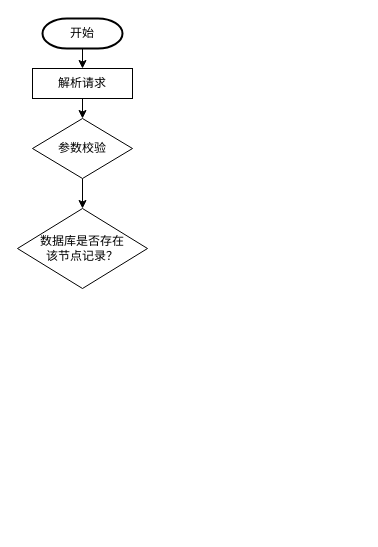
lttUSTC/draw keeps this draw.io diagram as fastid-mgm-init.drawio. Above is the earlier version. Source tidied: cells renumbered, new cells numbered last; positions are measured from the earlier drawing's top-left corner, leaving out a move shared by most shapes. Both pictures are drawn from the tidied source at 100%, with x=0, y=0 at pixel (17, 18).
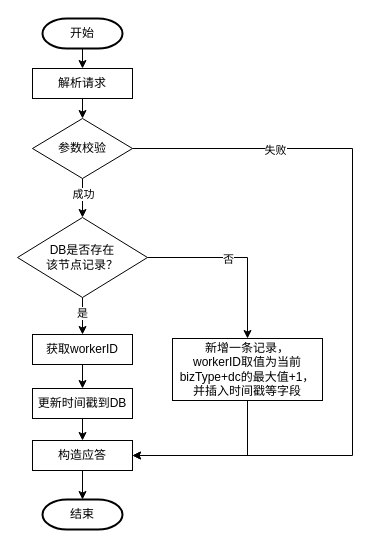
The same page after the edit.

The change refers to these unchanged cells:
```xml
<mxCell id="6" style="edgeStyle=orthogonalEdgeStyle;rounded=0;jettySize=auto;html=1;exitX=0.5;exitY=1;exitDx=0;exitDy=0;entryX=0.5;entryY=0;entryDx=0;entryDy=0;" parent="1" edge="1" source="7" target="8">
  <mxGeometry relative="1" as="geometry" />
</mxCell>
<mxCell id="7" value="参数校验" style="rhombus;whiteSpace=wrap;html=1;" parent="1" vertex="1">
  <mxGeometry x="15" y="100" width="100" height="60" as="geometry" />
</mxCell>
```

Diff of the diagram source:
```diff
@@
+    <mxCell id="9" value="成功" style="edgeLabel;html=1;align=center;verticalAlign=middle;" parent="6" vertex="1">
+      <mxGeometry x="-0.6" y="-2" relative="1" as="geometry">
+        <mxPoint x="2" y="7" as="offset" />
+      </mxGeometry>
+    </mxCell>
+    <mxCell id="10" style="edgeStyle=orthogonalEdgeStyle;rounded=0;jettySize=auto;html=1;exitX=1;exitY=0.5;exitDx=0;exitDy=0;entryX=1;entryY=0.5;entryDx=0;entryDy=0;" parent="1" edge="1" source="7" target="24">
+      <mxGeometry relative="1" as="geometry">
+        <Array as="points">
+          <mxPoint x="335" y="130" />
+          <mxPoint x="335" y="437" />
+        </Array>
+      </mxGeometry>
+    </mxCell>
+    <mxCell id="11" value="失败" style="edgeLabel;html=1;align=center;verticalAlign=middle;" parent="10" vertex="1">
+      <mxGeometry x="-0.62" y="-1" relative="1" as="geometry" />
+    </mxCell>
@@
+    <mxCell id="12" style="edgeStyle=orthogonalEdgeStyle;rounded=0;jettySize=auto;html=1;exitX=0.5;exitY=1;exitDx=0;exitDy=0;entryX=0.5;entryY=0;entryDx=0;entryDy=0;" parent="1" edge="1" source="8" target="17">
+      <mxGeometry relative="1" as="geometry" />
+    </mxCell>
+    <mxCell id="13" value="是" style="edgeLabel;html=1;align=center;verticalAlign=middle;" parent="12" vertex="1">
+      <mxGeometry x="-0.03" y="2" relative="1" as="geometry">
+        <mxPoint x="-3" y="-3" as="offset" />
+      </mxGeometry>
+    </mxCell>
+    <mxCell id="14" style="edgeStyle=orthogonalEdgeStyle;rounded=0;jettySize=auto;html=1;exitX=1;exitY=0.5;exitDx=0;exitDy=0;" parent="1" edge="1" source="8" target="21">
+      <mxGeometry relative="1" as="geometry" />
+    </mxCell>
+    <mxCell id="15" value="否" style="edgeLabel;html=1;align=center;verticalAlign=middle;" parent="14" vertex="1">
+      <mxGeometry x="-0.12" y="-1" relative="1" as="geometry" />
+    </mxCell>
-    <mxCell id="8" value="数据库是否存在&lt;br&gt;该节点记录？" style="rhombus;whiteSpace=wrap;html=1;" parent="1" vertex="1">
-      <mxGeometry y="190" width="130" height="80" as="geometry" />
+    <mxCell id="8" value="DB是否存在&lt;br&gt;该节点记录？" style="rhombus;whiteSpace=wrap;html=1;" parent="1" vertex="1">
+      <mxGeometry y="199" width="130" height="80" as="geometry" />
     </mxCell>
+    <mxCell id="16" style="edgeStyle=orthogonalEdgeStyle;rounded=0;jettySize=auto;html=1;exitX=0.5;exitY=1;exitDx=0;exitDy=0;entryX=0.5;entryY=0;entryDx=0;entryDy=0;" parent="1" edge="1" source="17" target="18">
+      <mxGeometry relative="1" as="geometry" />
+    </mxCell>
+    <mxCell id="17" value="获取workerID" style="rounded=0;whiteSpace=wrap;html=1;" parent="1" vertex="1">
+      <mxGeometry x="15" y="316" width="100" height="30" as="geometry" />
+    </mxCell>
+    <mxCell id="18" value="更新时间戳到DB" style="rounded=0;whiteSpace=wrap;html=1;" parent="1" vertex="1">
+      <mxGeometry x="15" y="370" width="100" height="30" as="geometry" />
+    </mxCell>
+    <mxCell id="19" value="结束" style="strokeWidth=2;html=1;shape=mxgraph.flowchart.terminator;whiteSpace=wrap;" parent="1" vertex="1">
+      <mxGeometry x="25" y="481" width="80" height="30" as="geometry" />
+    </mxCell>
+    <mxCell id="20" style="edgeStyle=orthogonalEdgeStyle;rounded=0;jettySize=auto;html=1;exitX=0.5;exitY=1;exitDx=0;exitDy=0;entryX=1;entryY=0.5;entryDx=0;entryDy=0;" parent="1" edge="1" source="21" target="24">
+      <mxGeometry relative="1" as="geometry" />
+    </mxCell>
+    <mxCell id="21" value="新增一条记录，&lt;br&gt;workerID取值为当前bizType+dc的最大值+1，&lt;br&gt;并插入时间戳等字段" style="rounded=0;whiteSpace=wrap;html=1;" parent="1" vertex="1">
+      <mxGeometry x="155" y="320" width="150" height="62" as="geometry" />
+    </mxCell>
+    <mxCell id="22" style="edgeStyle=orthogonalEdgeStyle;rounded=0;jettySize=auto;html=1;exitX=0.5;exitY=1;exitDx=0;exitDy=0;entryX=0.5;entryY=0;entryDx=0;entryDy=0;entryPerimeter=0;" parent="1" edge="1" source="18" target="24">
+      <mxGeometry relative="1" as="geometry" />
+    </mxCell>
+    <mxCell id="23" style="edgeStyle=orthogonalEdgeStyle;rounded=0;jettySize=auto;html=1;exitX=0.5;exitY=1;exitDx=0;exitDy=0;entryX=0.5;entryY=0;entryDx=0;entryDy=0;entryPerimeter=0;" parent="1" edge="1" source="24" target="19">
+      <mxGeometry relative="1" as="geometry" />
+    </mxCell>
+    <mxCell id="24" value="构造应答" style="rounded=0;whiteSpace=wrap;html=1;" parent="1" vertex="1">
+      <mxGeometry x="15" y="422" width="100" height="30" as="geometry" />
+    </mxCell>
```
